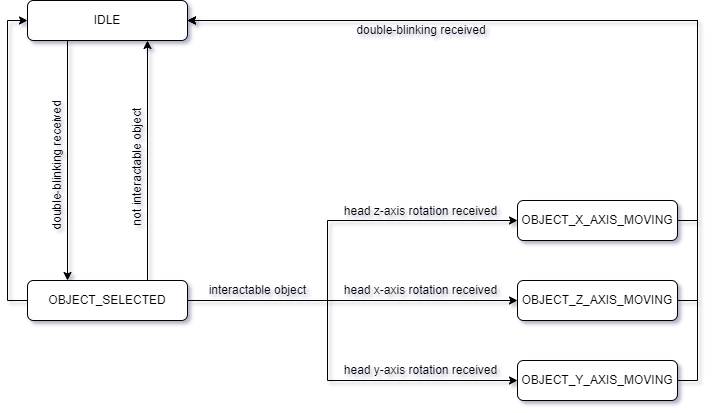
Above: PAPERWORK/论文图例/system_state_machine.png in lorenz-liu/gaze-dominant-manipulation (draw.io), before the change. Source tidied: cells renumbered, new cells last; positions are measured from the earlier drawing's top-left corner, leaving out a move shared by most shapes.
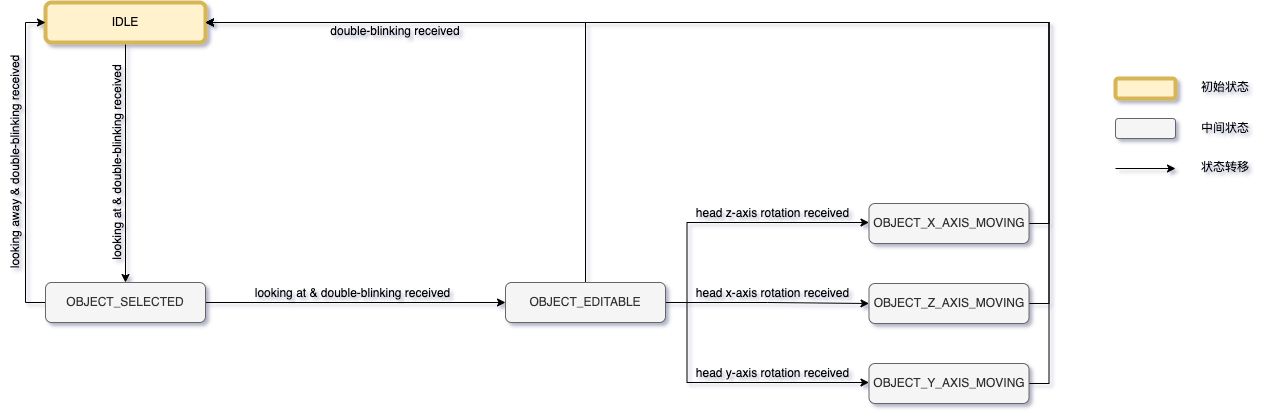
The same diagram one commit later.

The edit, as a diff of the source:
```diff
@@ -2,69 +2,41 @@
   <root>
     <mxCell id="0" />
     <mxCell id="1" parent="0" />
-    <mxCell id="2" style="edgeStyle=orthogonalEdgeStyle;rounded=0;jettySize=auto;html=1;exitX=0.25;exitY=1;exitDx=0;exitDy=0;entryX=0.25;entryY=0;entryDx=0;entryDy=0;" parent="1" edge="1" source="3" target="9">
+    <mxCell id="2" style="edgeStyle=orthogonalEdgeStyle;rounded=0;jettySize=auto;html=1;exitX=0.5;exitY=1;exitDx=0;exitDy=0;entryX=0.5;entryY=0;entryDx=0;entryDy=0;" parent="1" edge="1" source="3" target="9">
       <mxGeometry relative="1" as="geometry" />
     </mxCell>
-    <mxCell id="3" value="IDLE" style="rounded=1;whiteSpace=wrap;html=1;" parent="1" vertex="1">
-      <mxGeometry x="45" width="160" height="40" as="geometry" />
+    <mxCell id="3" value="IDLE" style="rounded=1;whiteSpace=wrap;html=1;fillColor=#fff2cc;strokeColor=#d6b656;strokeWidth=4;" parent="1" vertex="1">
+      <mxGeometry x="-288.5" y="-1" width="160" height="40" as="geometry" />
     </mxCell>
-    <mxCell id="4" style="edgeStyle=orthogonalEdgeStyle;rounded=0;jettySize=auto;html=1;exitX=1;exitY=0.5;exitDx=0;exitDy=0;entryX=0;entryY=0.5;entryDx=0;entryDy=0;" parent="1" edge="1" source="9" target="11">
-      <mxGeometry relative="1" as="geometry">
-        <Array as="points">
-          <mxPoint x="345" y="300" />
-          <mxPoint x="345" y="220" />
-        </Array>
-      </mxGeometry>
-    </mxCell>
-    <mxCell id="5" style="edgeStyle=orthogonalEdgeStyle;rounded=0;jettySize=auto;html=1;exitX=1;exitY=0.5;exitDx=0;exitDy=0;entryX=0;entryY=0.5;entryDx=0;entryDy=0;" parent="1" edge="1" source="9" target="13">
-      <mxGeometry relative="1" as="geometry" />
-    </mxCell>
-    <mxCell id="6" style="edgeStyle=orthogonalEdgeStyle;rounded=0;jettySize=auto;html=1;exitX=1;exitY=0.5;exitDx=0;exitDy=0;entryX=0;entryY=0.5;entryDx=0;entryDy=0;" parent="1" edge="1" source="9" target="15">
-      <mxGeometry relative="1" as="geometry">
-        <Array as="points">
-          <mxPoint x="345" y="300" />
-          <mxPoint x="345" y="380" />
-        </Array>
-      </mxGeometry>
-    </mxCell>
-    <mxCell id="7" style="edgeStyle=orthogonalEdgeStyle;rounded=0;jettySize=auto;html=1;exitX=0;exitY=0.5;exitDx=0;exitDy=0;entryX=0;entryY=0.5;entryDx=0;entryDy=0;" parent="1" edge="1" source="9" target="3">
-      <mxGeometry relative="1" as="geometry" />
-    </mxCell>
-    <mxCell id="8" style="edgeStyle=orthogonalEdgeStyle;rounded=0;jettySize=auto;html=1;exitX=0.75;exitY=0;exitDx=0;exitDy=0;entryX=0.75;entryY=1;entryDx=0;entryDy=0;" parent="1" edge="1" source="9" target="3">
-      <mxGeometry relative="1" as="geometry" />
-    </mxCell>
+    <mxCell id="23" style="edgeStyle=orthogonalEdgeStyle;rounded=0;jettySize=auto;html=1;exitX=1;exitY=0.5;exitDx=0;exitDy=0;" parent="1" edge="1" source="9" target="29">
+      <mxGeometry relative="1" as="geometry" />
+    </mxCell>
+    <mxCell id="24" style="edgeStyle=orthogonalEdgeStyle;rounded=0;jettySize=auto;html=1;exitX=0;exitY=0.5;exitDx=0;exitDy=0;entryX=0;entryY=0.5;entryDx=0;entryDy=0;" parent="1" edge="1" source="9" target="3">
+      <mxGeometry relative="1" as="geometry" />
+    </mxCell>
-    <mxCell id="9" value="OBJECT_SELECTED" style="rounded=1;whiteSpace=wrap;html=1;" parent="1" vertex="1">
-      <mxGeometry x="45" y="280" width="160" height="40" as="geometry" />
+    <mxCell id="9" value="OBJECT_SELECTED" style="rounded=1;whiteSpace=wrap;html=1;fillColor=#f5f5f5;fontColor=#333333;strokeColor=#666666;" parent="1" vertex="1">
+      <mxGeometry x="-288.5" y="279" width="160" height="40" as="geometry" />
     </mxCell>
     <mxCell id="10" style="edgeStyle=orthogonalEdgeStyle;rounded=0;jettySize=auto;html=1;exitX=1;exitY=0.5;exitDx=0;exitDy=0;entryX=1;entryY=0.5;entryDx=0;entryDy=0;" parent="1" edge="1" source="11" target="3">
       <mxGeometry relative="1" as="geometry" />
     </mxCell>
-    <mxCell id="11" value="OBJECT_X_AXIS_MOVING" style="rounded=1;whiteSpace=wrap;html=1;" parent="1" vertex="1">
+    <mxCell id="11" value="OBJECT_X_AXIS_MOVING" style="rounded=1;whiteSpace=wrap;html=1;fillColor=#f5f5f5;fontColor=#333333;strokeColor=#666666;" parent="1" vertex="1">
       <mxGeometry x="535" y="200" width="160" height="40" as="geometry" />
     </mxCell>
     <mxCell id="12" style="edgeStyle=orthogonalEdgeStyle;rounded=0;jettySize=auto;html=1;exitX=1;exitY=0.5;exitDx=0;exitDy=0;entryX=1;entryY=0.5;entryDx=0;entryDy=0;" parent="1" edge="1" source="13" target="3">
       <mxGeometry relative="1" as="geometry" />
     </mxCell>
-    <mxCell id="13" value="OBJECT_Z_AXIS_MOVING" style="rounded=1;whiteSpace=wrap;html=1;" parent="1" vertex="1">
+    <mxCell id="13" value="OBJECT_Z_AXIS_MOVING" style="rounded=1;whiteSpace=wrap;html=1;fillColor=#f5f5f5;fontColor=#333333;strokeColor=#666666;" parent="1" vertex="1">
       <mxGeometry x="535" y="280" width="160" height="40" as="geometry" />
     </mxCell>
     <mxCell id="14" style="edgeStyle=orthogonalEdgeStyle;rounded=0;jettySize=auto;html=1;exitX=1;exitY=0.5;exitDx=0;exitDy=0;entryX=1;entryY=0.5;entryDx=0;entryDy=0;" parent="1" edge="1" source="15" target="3">
       <mxGeometry relative="1" as="geometry" />
     </mxCell>
-    <mxCell id="15" value="OBJECT_Y_AXIS_MOVING" style="rounded=1;whiteSpace=wrap;html=1;" parent="1" vertex="1">
+    <mxCell id="15" value="OBJECT_Y_AXIS_MOVING" style="rounded=1;whiteSpace=wrap;html=1;fillColor=#f5f5f5;fontColor=#333333;strokeColor=#666666;" parent="1" vertex="1">
       <mxGeometry x="535" y="360" width="160" height="40" as="geometry" />
     </mxCell>
-    <mxCell id="16" value="double-blinking received" style="text;html=1;strokeColor=none;fillColor=none;align=center;verticalAlign=middle;whiteSpace=wrap;rounded=0;rotation=-90;" parent="1" vertex="1">
-      <mxGeometry y="150" width="150" height="30" as="geometry" />
-    </mxCell>
-    <mxCell id="17" value="not interactable object&amp;nbsp;" style="text;html=1;strokeColor=none;fillColor=none;align=center;verticalAlign=middle;whiteSpace=wrap;rounded=0;rotation=-90;" parent="1" vertex="1">
-      <mxGeometry x="80" y="150" width="150" height="30" as="geometry" />
-    </mxCell>
-    <mxCell id="18" value="interactable object&amp;nbsp;" style="text;html=1;strokeColor=none;fillColor=none;align=center;verticalAlign=middle;whiteSpace=wrap;rounded=0;rotation=0;" parent="1" vertex="1">
-      <mxGeometry x="202" y="275" width="150" height="30" as="geometry" />
-    </mxCell>
     <mxCell id="19" value="head z-axis rotation received" style="text;html=1;strokeColor=none;fillColor=none;align=center;verticalAlign=middle;whiteSpace=wrap;rounded=0;rotation=0;" parent="1" vertex="1">
-      <mxGeometry x="353" y="196" width="171" height="30" as="geometry" />
+      <mxGeometry x="353" y="195" width="171" height="30" as="geometry" />
     </mxCell>
     <mxCell id="20" value="head x-axis rotation received" style="text;html=1;strokeColor=none;fillColor=none;align=center;verticalAlign=middle;whiteSpace=wrap;rounded=0;rotation=0;" parent="1" vertex="1">
       <mxGeometry x="353" y="275" width="171" height="30" as="geometry" />
@@ -73,7 +45,64 @@
       <mxGeometry x="353" y="355" width="171" height="30" as="geometry" />
     </mxCell>
     <mxCell id="22" value="double-blinking received" style="text;html=1;strokeColor=none;fillColor=none;align=center;verticalAlign=middle;whiteSpace=wrap;rounded=0;rotation=0;" parent="1" vertex="1">
-      <mxGeometry x="363.5" y="15" width="150" height="30" as="geometry" />
+      <mxGeometry x="-13.5" y="13" width="150" height="30" as="geometry" />
     </mxCell>
+    <mxCell id="25" style="edgeStyle=orthogonalEdgeStyle;rounded=0;jettySize=auto;html=1;exitX=1;exitY=0.5;exitDx=0;exitDy=0;entryX=0;entryY=0.5;entryDx=0;entryDy=0;" parent="1" edge="1" source="29" target="13">
+      <mxGeometry relative="1" as="geometry" />
+    </mxCell>
+    <mxCell id="26" style="edgeStyle=orthogonalEdgeStyle;rounded=0;jettySize=auto;html=1;exitX=1;exitY=0.5;exitDx=0;exitDy=0;entryX=0;entryY=0.5;entryDx=0;entryDy=0;" parent="1" edge="1" source="29" target="15">
+      <mxGeometry relative="1" as="geometry">
+        <Array as="points">
+          <mxPoint x="353" y="299" />
+          <mxPoint x="353" y="379" />
+          <mxPoint x="535" y="379" />
+        </Array>
+      </mxGeometry>
+    </mxCell>
+    <mxCell id="27" style="edgeStyle=orthogonalEdgeStyle;rounded=0;jettySize=auto;html=1;exitX=1;exitY=0.5;exitDx=0;exitDy=0;entryX=0;entryY=0.5;entryDx=0;entryDy=0;" parent="1" edge="1" source="29" target="11">
+      <mxGeometry relative="1" as="geometry">
+        <Array as="points">
+          <mxPoint x="353" y="299" />
+          <mxPoint x="353" y="219" />
+          <mxPoint x="535" y="219" />
+        </Array>
+      </mxGeometry>
+    </mxCell>
+    <mxCell id="28" style="edgeStyle=orthogonalEdgeStyle;rounded=0;jettySize=auto;html=1;exitX=0.5;exitY=0;exitDx=0;exitDy=0;entryX=1;entryY=0.5;entryDx=0;entryDy=0;" parent="1" edge="1" source="29" target="3">
+      <mxGeometry relative="1" as="geometry" />
+    </mxCell>
+    <mxCell id="29" value="OBJECT_EDITABLE" style="rounded=1;whiteSpace=wrap;html=1;fillColor=#f5f5f5;fontColor=#333333;strokeColor=#666666;" parent="1" vertex="1">
+      <mxGeometry x="171.5" y="279" width="160" height="40" as="geometry" />
+    </mxCell>
+    <mxCell id="30" value="looking away &amp;amp; double-blinking received" style="text;html=1;strokeColor=none;fillColor=none;align=center;verticalAlign=middle;whiteSpace=wrap;rounded=0;rotation=-90;" parent="1" vertex="1">
+      <mxGeometry x="-436" y="144" width="235" height="30" as="geometry" />
+    </mxCell>
+    <mxCell id="31" value="looking at &amp;amp; double-blinking received" style="text;html=1;strokeColor=none;fillColor=none;align=center;verticalAlign=middle;whiteSpace=wrap;rounded=0;rotation=0;" parent="1" vertex="1">
+      <mxGeometry x="-98.5" y="275" width="235" height="30" as="geometry" />
+    </mxCell>
+    <mxCell id="32" value="looking at &amp;amp; double-blinking received" style="text;html=1;strokeColor=none;fillColor=none;align=center;verticalAlign=middle;whiteSpace=wrap;rounded=0;rotation=-90;" parent="1" vertex="1">
+      <mxGeometry x="-334.5" y="144" width="235" height="30" as="geometry" />
+    </mxCell>
+    <mxCell id="33" style="rounded=1;whiteSpace=wrap;html=1;fillColor=#fff2cc;strokeColor=#d6b656;strokeWidth=4;" parent="1" vertex="1">
+      <mxGeometry x="781.5" y="75" width="60" height="20" as="geometry" />
+    </mxCell>
+    <mxCell id="34" style="rounded=1;whiteSpace=wrap;html=1;fillColor=#f5f5f5;fontColor=#333333;strokeColor=#666666;" parent="1" vertex="1">
+      <mxGeometry x="781.5" y="115" width="60" height="20" as="geometry" />
+    </mxCell>
+    <mxCell id="35" style="endArrow=classic;html=1;rounded=0;" parent="1" edge="1">
+      <mxGeometry relative="1" as="geometry">
+        <mxPoint x="781.5" y="165" as="sourcePoint" />
+        <mxPoint x="841.5" y="165" as="targetPoint" />
+      </mxGeometry>
+    </mxCell>
+    <mxCell id="36" value="初始状态" style="text;html=1;strokeColor=none;fillColor=none;align=center;verticalAlign=middle;whiteSpace=wrap;rounded=0;" parent="1" vertex="1">
+      <mxGeometry x="861.5" y="69" width="60" height="30" as="geometry" />
+    </mxCell>
+    <mxCell id="37" value="中间状态" style="text;html=1;strokeColor=none;fillColor=none;align=center;verticalAlign=middle;whiteSpace=wrap;rounded=0;" parent="1" vertex="1">
+      <mxGeometry x="861.5" y="110" width="60" height="30" as="geometry" />
+    </mxCell>
+    <mxCell id="38" value="状态转移" style="text;html=1;strokeColor=none;fillColor=none;align=center;verticalAlign=middle;whiteSpace=wrap;rounded=0;" parent="1" vertex="1">
+      <mxGeometry x="861.5" y="149" width="60" height="30" as="geometry" />
+    </mxCell>
   </root>
 </mxGraphModel>
```
